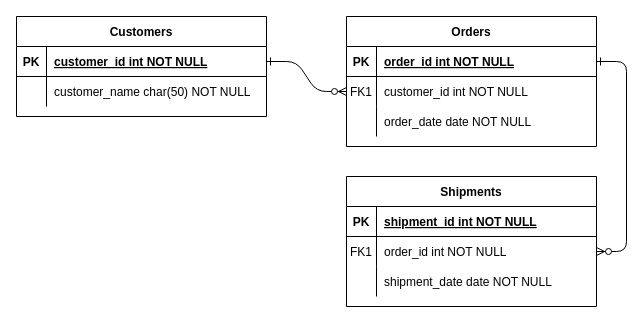
The draw.io diagram 名称未設定ファイル.drawio in satoru817/4eachkeijiban, before the edit. Source tidied: cells renumbered, new cells numbered last; positions are measured from the earlier drawing's top-left corner, leaving out a move shared by most shapes. Both pictures are drawn from the tidied source at 100%, with x=0, y=0 at pixel (16, 16).
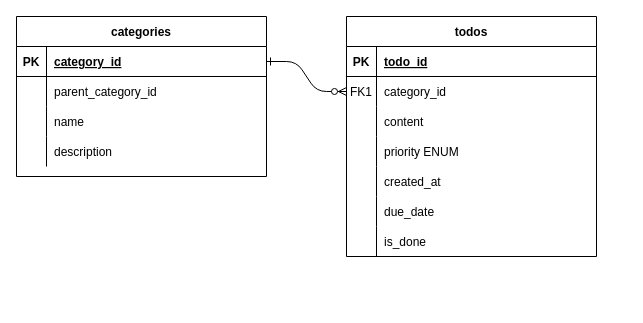
The same page after the edit.

Commit message:
名称未設定ファイル.drawio を更新します

The change refers to these unchanged cells:
```xml
<mxCell id="5" style="shape=partialRectangle;fillColor=none;points=[[0,0.5],[1,0.5]];portConstraint=eastwest;top=0;left=0;right=0;bottom=1;" parent="4" vertex="1">
  <mxGeometry y="30" width="250" height="30" as="geometry" />
</mxCell>
<mxCell id="8" style="shape=partialRectangle;fillColor=none;points=[[0,0.5],[1,0.5]];portConstraint=eastwest;top=0;left=0;right=0;bottom=0;" parent="4" vertex="1">
  <mxGeometry y="60" width="250" height="30" as="geometry" />
</mxCell>
<mxCell id="11" style="shape=partialRectangle;fillColor=none;top=0;left=0;right=0;bottom=0;" parent="4" vertex="1">
  <mxGeometry y="90" width="250" height="30" as="geometry" />
</mxCell>
<mxCell id="25" style="shape=partialRectangle;fillColor=none;points=[[0,0.5],[1,0.5]];portConstraint=eastwest;top=0;left=0;right=0;bottom=1;" parent="24" vertex="1">
  <mxGeometry y="30" width="250" height="30" as="geometry" />
</mxCell>
<mxCell id="28" style="shape=partialRectangle;fillColor=none;top=0;left=0;right=0;bottom=0;" parent="24" vertex="1">
  <mxGeometry y="60" width="250" height="30" as="geometry" />
</mxCell>
```

The edit, as a diff of the source:
```diff
@@
-    <mxCell id="3" style="edgeStyle=entityRelationEdgeStyle;endArrow=ERzeroToMany;startArrow=ERone;endFill=1;startFill=0;" parent="1" edge="1" source="5" target="18">
-      <mxGeometry relative="1" as="geometry" />
-    </mxCell>
-    <mxCell id="4" value="Orders" style="shape=table;startSize=30;childLayout=tableLayout;rowLines=0;fontStyle=1;align=center;" parent="1" vertex="1">
-      <mxGeometry x="330" width="250" height="130" as="geometry" />
+    <mxCell id="4" value="todos" style="shape=table;startSize=30;childLayout=tableLayout;rowLines=0;fontStyle=1;align=center;" parent="1" vertex="1">
+      <mxGeometry x="330" width="250" height="240" as="geometry" />
     </mxCell>
@@
-    <mxCell id="7" value="order_id int NOT NULL " style="shape=partialRectangle;overflow=hidden;fillColor=none;top=0;left=0;bottom=0;right=0;align=left;spacingLeft=6;fontStyle=5;" parent="5" vertex="1">
+    <mxCell id="7" value="todo_id" style="shape=partialRectangle;overflow=hidden;fillColor=none;top=0;left=0;bottom=0;right=0;align=left;spacingLeft=6;fontStyle=5;" parent="5" vertex="1">
       <mxGeometry x="30" width="220" height="30" as="geometry" />
     </mxCell>
@@
-    <mxCell id="10" value="customer_id int NOT NULL" style="shape=partialRectangle;overflow=hidden;fillColor=none;top=0;left=0;bottom=0;right=0;align=left;spacingLeft=6;" parent="8" vertex="1">
+    <mxCell id="10" value="category_id" style="shape=partialRectangle;overflow=hidden;fillColor=none;top=0;left=0;bottom=0;right=0;align=left;spacingLeft=6;" parent="8" vertex="1">
       <mxGeometry x="30" width="220" height="30" as="geometry" />
     </mxCell>
@@
-    <mxCell id="12" style="shape=partialRectangle;overflow=hidden;fillColor=none;top=0;left=0;bottom=0;right=0;" parent="11" vertex="1">
+    <mxCell id="12" value="&#10;" style="shape=partialRectangle;overflow=hidden;fillColor=none;top=0;left=0;bottom=0;right=0;" parent="11" vertex="1">
       <mxGeometry width="30" height="30" as="geometry" />
     </mxCell>
-    <mxCell id="13" value="order_date date NOT NULL" style="shape=partialRectangle;overflow=hidden;fillColor=none;top=0;left=0;bottom=0;right=0;align=left;spacingLeft=6;" parent="11" vertex="1">
+    <mxCell id="13" value="content    " style="shape=partialRectangle;overflow=hidden;fillColor=none;top=0;left=0;bottom=0;right=0;align=left;spacingLeft=6;" parent="11" vertex="1">
       <mxGeometry x="30" width="220" height="30" as="geometry" />
     </mxCell>
-    <mxCell id="14" value="Shipments" style="shape=table;startSize=30;childLayout=tableLayout;rowLines=0;fontStyle=1;align=center;" parent="1" vertex="1">
-      <mxGeometry x="330" y="160" width="250" height="130" as="geometry" />
-    </mxCell>
-    <mxCell id="15" style="shape=partialRectangle;fillColor=none;top=0;left=0;right=0;bottom=1;" parent="14" vertex="1">
-      <mxGeometry y="30" width="250" height="30" as="geometry" />
-    </mxCell>
-    <mxCell id="16" value="PK" style="shape=partialRectangle;overflow=hidden;fillColor=none;top=0;left=0;bottom=0;right=0;fontStyle=1;" parent="15" vertex="1">
-      <mxGeometry width="30" height="30" as="geometry" />
-    </mxCell>
-    <mxCell id="17" value="shipment_id int NOT NULL " style="shape=partialRectangle;overflow=hidden;fillColor=none;top=0;left=0;bottom=0;right=0;align=left;spacingLeft=6;fontStyle=5;" parent="15" vertex="1">
-      <mxGeometry x="30" width="220" height="30" as="geometry" />
-    </mxCell>
-    <mxCell id="18" style="shape=partialRectangle;fillColor=none;points=[[0,0.5],[1,0.5]];portConstraint=eastwest;top=0;left=0;right=0;bottom=0;" parent="14" vertex="1">
-      <mxGeometry y="60" width="250" height="30" as="geometry" />
-    </mxCell>
-    <mxCell id="19" value="FK1" style="shape=partialRectangle;overflow=hidden;fillColor=none;top=0;left=0;bottom=0;right=0;" parent="18" vertex="1">
-      <mxGeometry width="30" height="30" as="geometry" />
-    </mxCell>
-    <mxCell id="20" value="order_id int NOT NULL" style="shape=partialRectangle;overflow=hidden;fillColor=none;top=0;left=0;bottom=0;right=0;align=left;spacingLeft=6;" parent="18" vertex="1">
-      <mxGeometry x="30" width="220" height="30" as="geometry" />
-    </mxCell>
-    <mxCell id="21" style="shape=partialRectangle;fillColor=none;top=0;left=0;right=0;bottom=0;" parent="14" vertex="1">
-      <mxGeometry y="90" width="250" height="30" as="geometry" />
-    </mxCell>
-    <mxCell id="22" style="shape=partialRectangle;overflow=hidden;fillColor=none;top=0;left=0;bottom=0;right=0;" parent="21" vertex="1">
-      <mxGeometry width="30" height="30" as="geometry" />
-    </mxCell>
-    <mxCell id="23" value="shipment_date date NOT NULL" style="shape=partialRectangle;overflow=hidden;fillColor=none;top=0;left=0;bottom=0;right=0;align=left;spacingLeft=6;" parent="21" vertex="1">
-      <mxGeometry x="30" width="220" height="30" as="geometry" />
-    </mxCell>
+    <mxCell id="31" style="shape=partialRectangle;fillColor=none;top=0;left=0;right=0;bottom=0;" parent="4" vertex="1">
+      <mxGeometry y="120" width="250" height="30" as="geometry" />
+    </mxCell>
+    <mxCell id="32" value="&#10;" style="shape=partialRectangle;overflow=hidden;fillColor=none;top=0;left=0;bottom=0;right=0;" parent="31" vertex="1">
+      <mxGeometry width="30" height="30" as="geometry" />
+    </mxCell>
+    <mxCell id="33" value="priority ENUM" style="shape=partialRectangle;overflow=hidden;fillColor=none;top=0;left=0;bottom=0;right=0;align=left;spacingLeft=6;" parent="31" vertex="1">
+      <mxGeometry x="30" width="220" height="30" as="geometry" />
+    </mxCell>
+    <mxCell id="34" style="shape=partialRectangle;fillColor=none;top=0;left=0;right=0;bottom=0;" parent="4" vertex="1">
+      <mxGeometry y="150" width="250" height="30" as="geometry" />
+    </mxCell>
+    <mxCell id="35" style="shape=partialRectangle;overflow=hidden;fillColor=none;top=0;left=0;bottom=0;right=0;" parent="34" vertex="1">
+      <mxGeometry width="30" height="30" as="geometry" />
+    </mxCell>
+    <mxCell id="36" value="created_at" style="shape=partialRectangle;overflow=hidden;fillColor=none;top=0;left=0;bottom=0;right=0;align=left;spacingLeft=6;" parent="34" vertex="1">
+      <mxGeometry x="30" width="220" height="30" as="geometry" />
+    </mxCell>
+    <mxCell id="37" style="shape=partialRectangle;fillColor=none;top=0;left=0;right=0;bottom=0;" parent="4" vertex="1">
+      <mxGeometry y="180" width="250" height="30" as="geometry" />
+    </mxCell>
+    <mxCell id="38" style="shape=partialRectangle;overflow=hidden;fillColor=none;top=0;left=0;bottom=0;right=0;" parent="37" vertex="1">
+      <mxGeometry width="30" height="30" as="geometry" />
+    </mxCell>
+    <mxCell id="39" value="due_date" style="shape=partialRectangle;overflow=hidden;fillColor=none;top=0;left=0;bottom=0;right=0;align=left;spacingLeft=6;" parent="37" vertex="1">
+      <mxGeometry x="30" width="220" height="30" as="geometry" />
+    </mxCell>
+    <mxCell id="40" style="shape=partialRectangle;fillColor=none;top=0;left=0;right=0;bottom=0;" parent="4" vertex="1">
+      <mxGeometry y="210" width="250" height="30" as="geometry" />
+    </mxCell>
+    <mxCell id="41" style="shape=partialRectangle;overflow=hidden;fillColor=none;top=0;left=0;bottom=0;right=0;" parent="40" vertex="1">
+      <mxGeometry width="30" height="30" as="geometry" />
+    </mxCell>
+    <mxCell id="42" value="is_done" style="shape=partialRectangle;overflow=hidden;fillColor=none;top=0;left=0;bottom=0;right=0;align=left;spacingLeft=6;" parent="40" vertex="1">
+      <mxGeometry x="30" width="220" height="30" as="geometry" />
+    </mxCell>
-    <mxCell id="24" value="Customers" style="shape=table;startSize=30;childLayout=tableLayout;rowLines=0;fontStyle=1;align=center;" parent="1" vertex="1">
-      <mxGeometry width="250" height="100" as="geometry" />
+    <mxCell id="24" value="categories" style="shape=table;startSize=30;childLayout=tableLayout;rowLines=0;fontStyle=1;align=center;" parent="1" vertex="1">
+      <mxGeometry width="250" height="160" as="geometry" />
     </mxCell>
@@
-    <mxCell id="27" value="customer_id int NOT NULL " style="shape=partialRectangle;overflow=hidden;fillColor=none;top=0;left=0;bottom=0;right=0;align=left;spacingLeft=6;fontStyle=5;" parent="25" vertex="1">
+    <mxCell id="27" value="category_id" style="shape=partialRectangle;overflow=hidden;fillColor=none;top=0;left=0;bottom=0;right=0;align=left;spacingLeft=6;fontStyle=5;" parent="25" vertex="1">
       <mxGeometry x="30" width="220" height="30" as="geometry" />
     </mxCell>
@@
-    <mxCell id="30" value="customer_name char(50) NOT NULL" style="shape=partialRectangle;overflow=hidden;fillColor=none;top=0;left=0;bottom=0;right=0;align=left;spacingLeft=6;" parent="28" vertex="1">
+    <mxCell id="30" value="parent_category_id" style="shape=partialRectangle;overflow=hidden;fillColor=none;top=0;left=0;bottom=0;right=0;align=left;spacingLeft=6;" parent="28" vertex="1">
       <mxGeometry x="30" width="220" height="30" as="geometry" />
     </mxCell>
+    <mxCell id="21" style="shape=partialRectangle;fillColor=none;top=0;left=0;right=0;bottom=0;" parent="24" vertex="1">
+      <mxGeometry y="90" width="250" height="30" as="geometry" />
+    </mxCell>
+    <mxCell id="43" style="shape=partialRectangle;overflow=hidden;fillColor=none;top=0;left=0;bottom=0;right=0;" parent="21" vertex="1">
+      <mxGeometry width="30" height="30" as="geometry" />
+    </mxCell>
+    <mxCell id="44" value="name" style="shape=partialRectangle;overflow=hidden;fillColor=none;top=0;left=0;bottom=0;right=0;align=left;spacingLeft=6;" parent="21" vertex="1">
+      <mxGeometry x="30" width="220" height="30" as="geometry" />
+    </mxCell>
+    <mxCell id="45" style="shape=partialRectangle;fillColor=none;top=0;left=0;right=0;bottom=0;" parent="24" vertex="1">
+      <mxGeometry y="120" width="250" height="30" as="geometry" />
+    </mxCell>
+    <mxCell id="46" style="shape=partialRectangle;overflow=hidden;fillColor=none;top=0;left=0;bottom=0;right=0;" parent="45" vertex="1">
+      <mxGeometry width="30" height="30" as="geometry" />
+    </mxCell>
+    <mxCell id="47" value="description" style="shape=partialRectangle;overflow=hidden;fillColor=none;top=0;left=0;bottom=0;right=0;align=left;spacingLeft=6;" parent="45" vertex="1">
+      <mxGeometry x="30" width="220" height="30" as="geometry" />
+    </mxCell>
```
